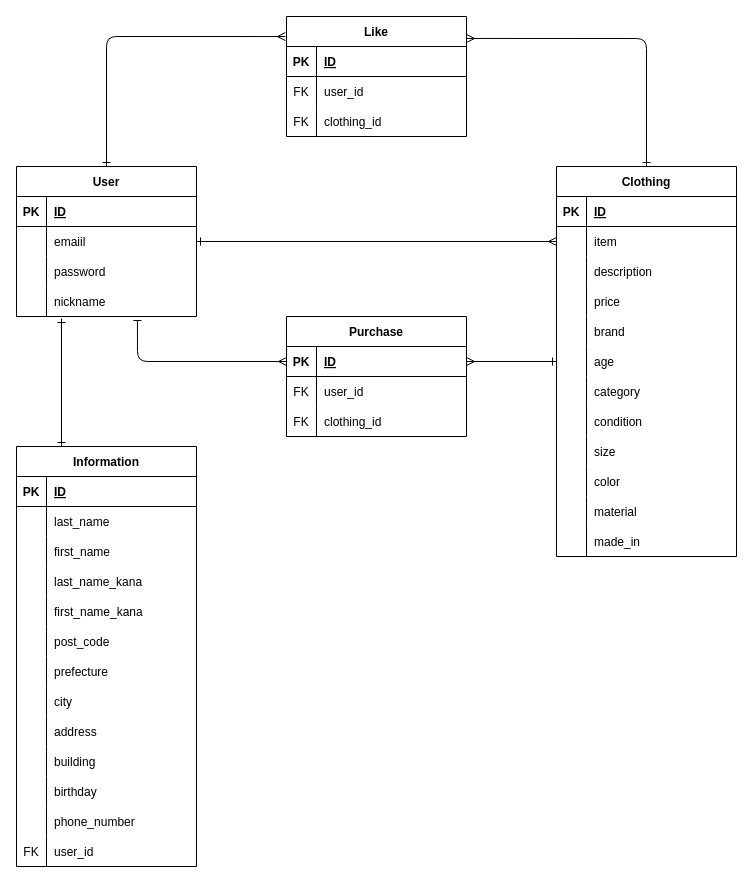
Before: page "ER図" (1 of 2) of ER.dio in tdoaftl/millesimato, a draw.io diagram. Source tidied: cells renumbered, new cells numbered last; positions are measured from the earlier drawing's top-left corner, leaving out a move shared by most shapes. Both pictures are drawn from the tidied source at 100%, with x=0, y=0 at pixel (16, 16).
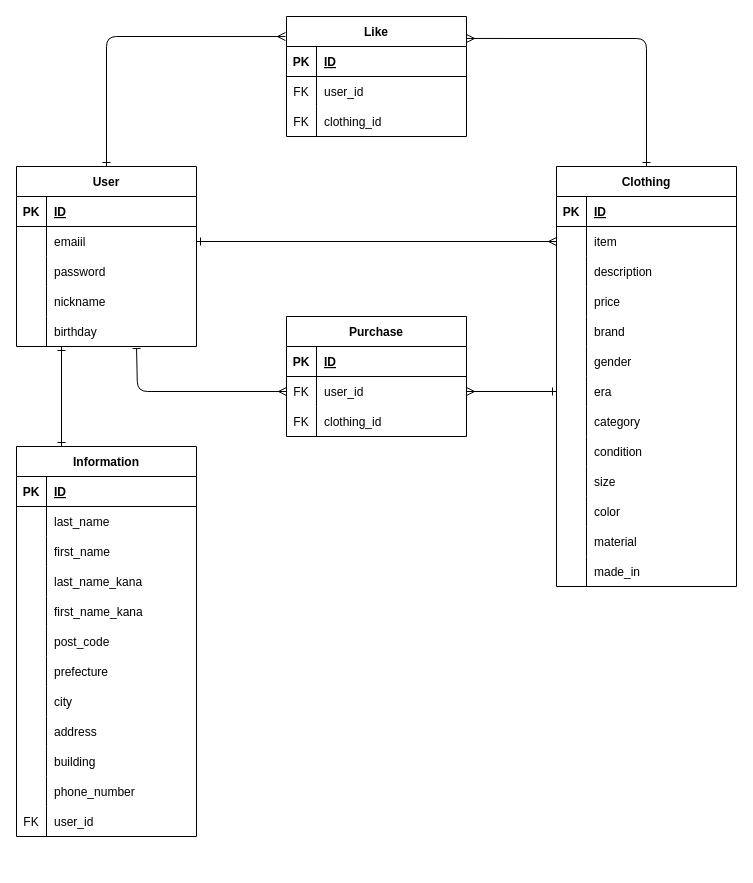
Above is the later version.

The change refers to these unchanged cells:
```xml
<mxCell id="13" style="shape=tableRow;horizontal=0;startSize=0;swimlaneHead=0;swimlaneBody=0;fillColor=none;points=[[0,0.5],[1,0.5]];portConstraint=eastwest;top=0;left=0;right=0;bottom=0;" parent="3" vertex="1">
  <mxGeometry y="120" width="180" height="30" as="geometry" />
</mxCell>
<mxCell id="55" style="shape=tableRow;horizontal=0;startSize=0;swimlaneHead=0;swimlaneBody=0;fillColor=none;points=[[0,0.5],[1,0.5]];portConstraint=eastwest;top=0;left=0;right=0;bottom=1;" parent="54" vertex="1">
  <mxGeometry y="30" width="180" height="30" as="geometry" />
</mxCell>
<mxCell id="58" style="shape=tableRow;horizontal=0;startSize=0;swimlaneHead=0;swimlaneBody=0;fillColor=none;points=[[0,0.5],[1,0.5]];portConstraint=eastwest;top=0;left=0;right=0;bottom=0;" parent="54" vertex="1">
  <mxGeometry y="60" width="180" height="30" as="geometry" />
</mxCell>
```

What changed in the source:
```diff
@@
     <mxCell id="3" value="User" style="shape=table;startSize=30;childLayout=tableLayout;rowLines=0;fontStyle=1;align=center;" parent="1" vertex="1">
-      <mxGeometry y="150" width="180" height="150" as="geometry" />
+      <mxGeometry y="150" width="180" height="180" as="geometry" />
     </mxCell>
@@
+    <mxCell id="106" style="shape=tableRow;horizontal=0;startSize=0;swimlaneHead=0;swimlaneBody=0;fillColor=none;points=[[0,0.5],[1,0.5]];portConstraint=eastwest;top=0;left=0;right=0;bottom=0;" parent="3" vertex="1">
+      <mxGeometry y="150" width="180" height="30" as="geometry" />
+    </mxCell>
+    <mxCell id="107" style="shape=partialRectangle;fillColor=none;top=0;left=0;bottom=0;right=0;overflow=hidden;" parent="106" vertex="1">
+      <mxGeometry width="30" height="30" as="geometry" />
+    </mxCell>
+    <mxCell id="108" value="birthday" style="shape=partialRectangle;fillColor=none;top=0;left=0;bottom=0;right=0;align=left;spacingLeft=6;overflow=hidden;" parent="106" vertex="1">
+      <mxGeometry x="30" width="150" height="30" as="geometry" />
+    </mxCell>
@@
     <mxCell id="17" value="Clothing" style="shape=table;startSize=30;childLayout=tableLayout;rowLines=0;fontStyle=1;align=center;" parent="1" vertex="1">
-      <mxGeometry x="540" y="150" width="180" height="390" as="geometry" />
+      <mxGeometry x="540" y="150" width="180" height="420" as="geometry" />
     </mxCell>
@@
+    <mxCell id="118" style="shape=tableRow;horizontal=0;startSize=0;swimlaneHead=0;swimlaneBody=0;fillColor=none;top=0;left=0;right=0;bottom=0;" parent="17" vertex="1">
+      <mxGeometry y="180" width="180" height="30" as="geometry" />
+    </mxCell>
+    <mxCell id="119" style="shape=partialRectangle;fillColor=none;top=0;left=0;bottom=0;right=0;overflow=hidden;" parent="118" vertex="1">
+      <mxGeometry width="30" height="30" as="geometry" />
+    </mxCell>
+    <mxCell id="120" value="gender" style="shape=partialRectangle;fillColor=none;top=0;left=0;bottom=0;right=0;align=left;spacingLeft=6;overflow=hidden;" parent="118" vertex="1">
+      <mxGeometry x="30" width="150" height="30" as="geometry" />
+    </mxCell>
     <mxCell id="33" style="shape=tableRow;horizontal=0;startSize=0;swimlaneHead=0;swimlaneBody=0;fillColor=none;points=[[0,0.5],[1,0.5]];portConstraint=eastwest;top=0;left=0;right=0;bottom=0;" parent="17" vertex="1">
-      <mxGeometry y="180" width="180" height="30" as="geometry" />
+      <mxGeometry y="210" width="180" height="30" as="geometry" />
     </mxCell>
@@
-    <mxCell id="35" value="age" style="shape=partialRectangle;fillColor=none;top=0;left=0;bottom=0;right=0;align=left;spacingLeft=6;overflow=hidden;" parent="33" vertex="1">
+    <mxCell id="35" value="era" style="shape=partialRectangle;fillColor=none;top=0;left=0;bottom=0;right=0;align=left;spacingLeft=6;overflow=hidden;" parent="33" vertex="1">
       <mxGeometry x="30" width="150" height="30" as="geometry" />
     </mxCell>
     <mxCell id="36" style="shape=tableRow;horizontal=0;startSize=0;swimlaneHead=0;swimlaneBody=0;fillColor=none;top=0;left=0;right=0;bottom=0;" parent="17" vertex="1">
-      <mxGeometry y="210" width="180" height="30" as="geometry" />
+      <mxGeometry y="240" width="180" height="30" as="geometry" />
     </mxCell>
@@
     <mxCell id="39" style="shape=tableRow;horizontal=0;startSize=0;swimlaneHead=0;swimlaneBody=0;fillColor=none;top=0;left=0;right=0;bottom=0;" parent="17" vertex="1">
-      <mxGeometry y="240" width="180" height="30" as="geometry" />
+      <mxGeometry y="270" width="180" height="30" as="geometry" />
     </mxCell>
@@
     <mxCell id="42" style="shape=tableRow;horizontal=0;startSize=0;swimlaneHead=0;swimlaneBody=0;fillColor=none;top=0;left=0;right=0;bottom=0;" parent="17" vertex="1">
-      <mxGeometry y="270" width="180" height="30" as="geometry" />
+      <mxGeometry y="300" width="180" height="30" as="geometry" />
     </mxCell>
@@
     <mxCell id="45" style="shape=tableRow;horizontal=0;startSize=0;swimlaneHead=0;swimlaneBody=0;fillColor=none;top=0;left=0;right=0;bottom=0;" parent="17" vertex="1">
-      <mxGeometry y="300" width="180" height="30" as="geometry" />
+      <mxGeometry y="330" width="180" height="30" as="geometry" />
     </mxCell>
@@
     <mxCell id="48" style="shape=tableRow;horizontal=0;startSize=0;swimlaneHead=0;swimlaneBody=0;fillColor=none;top=0;left=0;right=0;bottom=0;" parent="17" vertex="1">
-      <mxGeometry y="330" width="180" height="30" as="geometry" />
+      <mxGeometry y="360" width="180" height="30" as="geometry" />
     </mxCell>
@@
     <mxCell id="51" style="shape=tableRow;horizontal=0;startSize=0;swimlaneHead=0;swimlaneBody=0;fillColor=none;top=0;left=0;right=0;bottom=0;" parent="17" vertex="1">
-      <mxGeometry y="360" width="180" height="30" as="geometry" />
+      <mxGeometry y="390" width="180" height="30" as="geometry" />
     </mxCell>
@@
-    <mxCell id="74" style="edgeStyle=none;html=1;exitX=0.25;exitY=0;exitDx=0;exitDy=0;entryX=0.25;entryY=1.067;entryDx=0;entryDy=0;entryPerimeter=0;endArrow=ERone;endFill=0;startArrow=ERone;startFill=0;" parent="1" edge="1" source="75" target="13">
-      <mxGeometry relative="1" as="geometry" />
+    <mxCell id="74" style="edgeStyle=none;html=1;exitX=0.25;exitY=0;exitDx=0;exitDy=0;endArrow=ERone;endFill=0;startArrow=ERone;startFill=0;" parent="1" edge="1" source="75">
+      <mxGeometry relative="1" as="geometry">
+        <mxPoint x="45" y="330" as="targetPoint" />
+      </mxGeometry>
     </mxCell>
     <mxCell id="75" value="Information" style="shape=table;startSize=30;childLayout=tableLayout;rowLines=0;fontStyle=1;align=center;" parent="1" vertex="1">
-      <mxGeometry y="430" width="180" height="420" as="geometry" />
+      <mxGeometry y="430" width="180" height="390" as="geometry" />
     </mxCell>
@@
-    <mxCell id="106" style="shape=tableRow;horizontal=0;startSize=0;swimlaneHead=0;swimlaneBody=0;fillColor=none;points=[[0,0.5],[1,0.5]];portConstraint=eastwest;top=0;left=0;right=0;bottom=0;" parent="75" vertex="1">
-      <mxGeometry y="330" width="180" height="30" as="geometry" />
-    </mxCell>
-    <mxCell id="107" style="shape=partialRectangle;fillColor=none;top=0;left=0;bottom=0;right=0;overflow=hidden;" parent="106" vertex="1">
-      <mxGeometry width="30" height="30" as="geometry" />
-    </mxCell>
-    <mxCell id="108" value="birthday" style="shape=partialRectangle;fillColor=none;top=0;left=0;bottom=0;right=0;align=left;spacingLeft=6;overflow=hidden;" parent="106" vertex="1">
-      <mxGeometry x="30" width="150" height="30" as="geometry" />
-    </mxCell>
     <mxCell id="109" style="shape=tableRow;horizontal=0;startSize=0;swimlaneHead=0;swimlaneBody=0;fillColor=none;top=0;left=0;right=0;bottom=0;" parent="75" vertex="1">
-      <mxGeometry y="360" width="180" height="30" as="geometry" />
+      <mxGeometry y="330" width="180" height="30" as="geometry" />
     </mxCell>
@@
     <mxCell id="112" style="shape=tableRow;horizontal=0;startSize=0;swimlaneHead=0;swimlaneBody=0;fillColor=none;top=0;left=0;right=0;bottom=0;" parent="75" vertex="1">
-      <mxGeometry y="390" width="180" height="30" as="geometry" />
+      <mxGeometry y="360" width="180" height="30" as="geometry" />
     </mxCell>
@@
-    <mxCell id="115" style="edgeStyle=none;html=1;exitX=1;exitY=0.5;exitDx=0;exitDy=0;entryX=0;entryY=0.5;entryDx=0;entryDy=0;endArrow=ERone;endFill=0;startArrow=ERmany;startFill=0;" parent="1" edge="1" source="55" target="33">
+    <mxCell id="115" style="edgeStyle=none;html=1;exitX=1;exitY=0.5;exitDx=0;exitDy=0;entryX=0;entryY=0.5;entryDx=0;entryDy=0;endArrow=ERone;endFill=0;startArrow=ERmany;startFill=0;" parent="1" edge="1" source="58" target="33">
       <mxGeometry relative="1" as="geometry" />
     </mxCell>
-    <mxCell id="116" style="edgeStyle=none;html=1;exitX=0;exitY=0.5;exitDx=0;exitDy=0;startArrow=ERmany;startFill=0;endArrow=baseDash;endFill=0;entryX=0.672;entryY=1.133;entryDx=0;entryDy=0;entryPerimeter=0;" parent="1" edge="1" source="55" target="13">
+    <mxCell id="116" style="edgeStyle=none;html=1;exitX=0;exitY=0.5;exitDx=0;exitDy=0;startArrow=ERmany;startFill=0;endArrow=baseDash;endFill=0;entryX=0.667;entryY=1.067;entryDx=0;entryDy=0;entryPerimeter=0;" parent="1" edge="1" source="58" target="106">
       <mxGeometry relative="1" as="geometry">
         <Array as="points">
-          <mxPoint x="121" y="345" />
+          <mxPoint x="121" y="375" />
         </Array>
       </mxGeometry>
     </mxCell>
```
